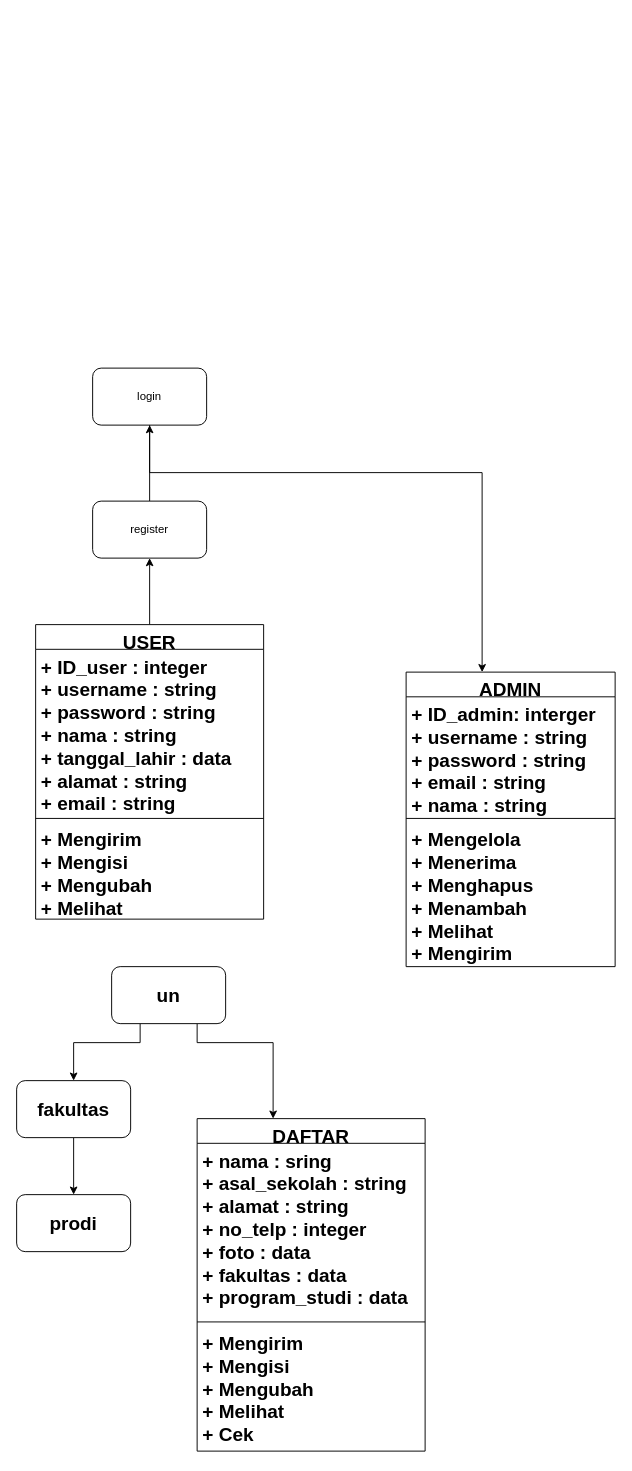
dickisepto/Latihan-GIT keeps this draw.io diagram as page "Page-3" (3 of 4) of pertemuan 12.drawio. Above is the earlier version. Source tidied: cells renumbered, new cells numbered last; positions are measured from the earlier drawing's top-left corner, leaving out a move shared by most shapes. Both pictures are drawn from the tidied source at 95%, with x=0, y=0 at pixel (16, 368).
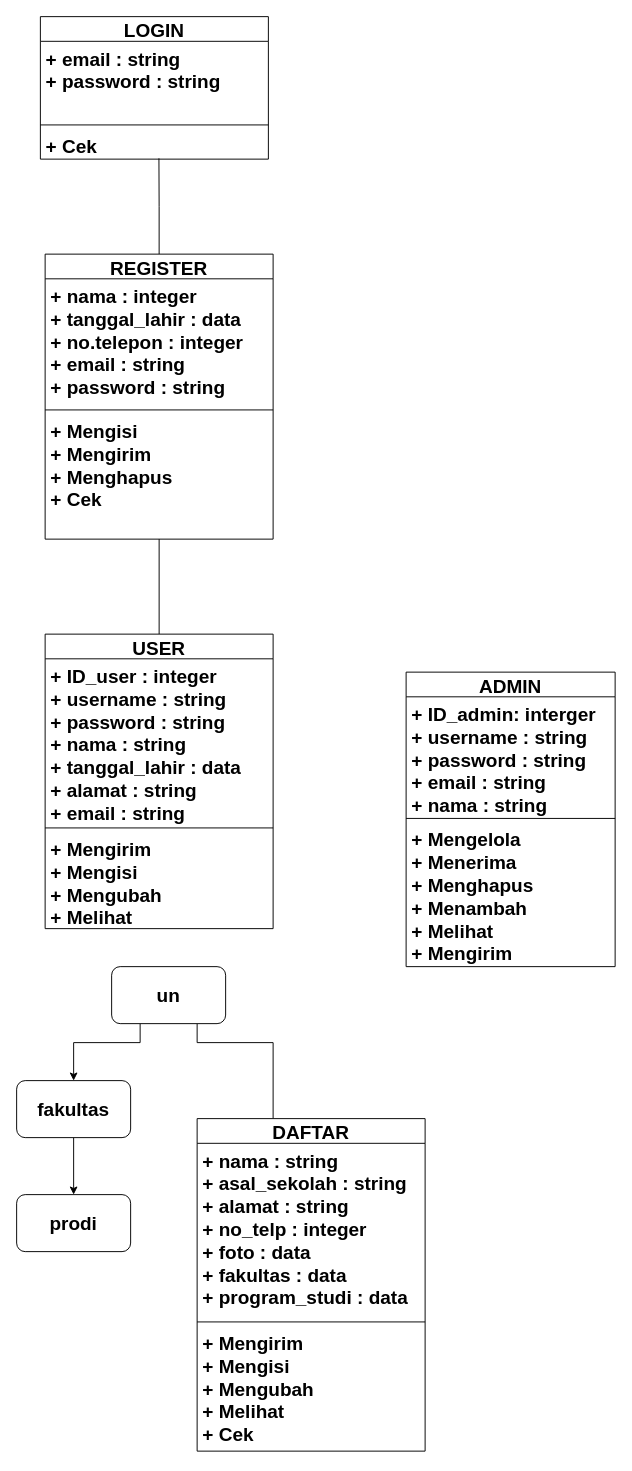
After the change.

Unchanged cells that the change refers to:
```xml
<mxCell id="8" value="un" style="rounded=1;whiteSpace=wrap;html=1;fontSize=20;fontStyle=1;" parent="1" vertex="1">
  <mxGeometry x="100" y="630" width="120" height="60" as="geometry" />
</mxCell>
```

What changed in the source:
```diff
@@
-    <mxCell id="2" style="edgeStyle=orthogonalEdgeStyle;rounded=0;jettySize=auto;html=1;" parent="1" edge="1" source="3" target="5">
-      <mxGeometry relative="1" as="geometry" />
-    </mxCell>
-    <mxCell id="3" value="register" style="rounded=1;whiteSpace=wrap;html=1;" parent="1" vertex="1">
-      <mxGeometry x="80" y="140" width="120" height="60" as="geometry" />
-    </mxCell>
-    <mxCell id="4" style="edgeStyle=orthogonalEdgeStyle;rounded=0;jettySize=auto;html=1;" parent="1" edge="1" source="5">
-      <mxGeometry relative="1" as="geometry">
-        <mxPoint x="490" y="320" as="targetPoint" />
-        <Array as="points">
-          <mxPoint x="140" y="110" />
-          <mxPoint x="490" y="110" />
-        </Array>
-      </mxGeometry>
-    </mxCell>
-    <mxCell id="5" value="login" style="rounded=1;whiteSpace=wrap;html=1;" parent="1" vertex="1">
-      <mxGeometry x="80" width="120" height="60" as="geometry" />
-    </mxCell>
@@
-    <mxCell id="7" style="edgeStyle=orthogonalEdgeStyle;rounded=0;jettySize=auto;html=1;fontSize=20;fontStyle=1;" parent="1" edge="1" source="8">
+    <mxCell id="7" style="edgeStyle=orthogonalEdgeStyle;rounded=0;jettySize=auto;html=1;fontSize=20;fontStyle=1;endArrow=none;endFill=0;" parent="1" edge="1" source="8">
       <mxGeometry relative="1" as="geometry">
         <mxPoint x="270" y="790" as="targetPoint" />
         <Array as="points">
           <mxPoint x="190" y="710" />
           <mxPoint x="270" y="710" />
         </Array>
       </mxGeometry>
     </mxCell>
@@
-    <mxCell id="12" style="edgeStyle=orthogonalEdgeStyle;rounded=0;jettySize=auto;html=1;entryX=0.5;entryY=1;entryDx=0;entryDy=0;" parent="1" edge="1" source="13" target="3">
-      <mxGeometry relative="1" as="geometry" />
-    </mxCell>
+    <mxCell id="25" style="edgeStyle=orthogonalEdgeStyle;rounded=0;jettySize=auto;html=1;entryX=0.52;entryY=0.974;entryDx=0;entryDy=0;entryPerimeter=0;endArrow=none;endFill=0;" parent="1" edge="1" source="13" target="34">
+      <mxGeometry relative="1" as="geometry" />
+    </mxCell>
-    <mxCell id="13" value="USER" style="swimlane;fontStyle=1;align=center;verticalAlign=top;horizontal=1;startSize=26;fontSize=20;" parent="1" vertex="1">
-      <mxGeometry x="20" y="270" width="240" height="310" as="geometry" />
+    <mxCell id="13" value="REGISTER" style="swimlane;fontStyle=1;align=center;verticalAlign=middle;horizontal=1;startSize=26;fontSize=20;" parent="1" vertex="1">
+      <mxGeometry x="30" y="-120" width="240" height="300" as="geometry" />
     </mxCell>
-    <mxCell id="14" value="+ ID_user : integer&#10;+ username : string&#10;+ password : string&#10;+ nama : string&#10;+ tanggal_lahir : data&#10;+ alamat : string&#10;+ email : string&#10;&#10;&#10;" style="text;strokeColor=none;fillColor=none;align=left;verticalAlign=top;spacingLeft=4;spacingRight=4;overflow=hidden;fontSize=20;fontStyle=1;" parent="13" vertex="1">
-      <mxGeometry y="26" width="240" height="174" as="geometry" />
+    <mxCell id="14" value="+ nama : integer&#10;+ tanggal_lahir : data&#10;+ no.telepon : integer&#10;+ email : string&#10;+ password : string&#10;" style="text;strokeColor=none;fillColor=none;align=left;verticalAlign=top;spacingLeft=4;spacingRight=4;overflow=hidden;fontSize=20;fontStyle=1;" parent="13" vertex="1">
+      <mxGeometry y="26" width="240" height="134" as="geometry" />
     </mxCell>
     <mxCell id="15" style="line;strokeWidth=1;fillColor=none;align=left;verticalAlign=middle;spacingTop=-1;spacingLeft=3;spacingRight=3;labelPosition=right;fontSize=20;fontStyle=1;" parent="13" vertex="1">
-      <mxGeometry y="200" width="240" height="8" as="geometry" />
+      <mxGeometry y="160" width="240" height="8" as="geometry" />
     </mxCell>
-    <mxCell id="16" value="+ Mengirim&#10;+ Mengisi &#10;+ Mengubah&#10;+ Melihat&#10;" style="text;strokeColor=none;fillColor=none;align=left;verticalAlign=top;spacingLeft=4;spacingRight=4;overflow=hidden;points=[[0,0.5],[1,0.5]];portConstraint=eastwest;fontSize=20;fontStyle=1;" parent="13" vertex="1">
-      <mxGeometry y="208" width="240" height="102" as="geometry" />
+    <mxCell id="16" value="+ Mengisi &#10;+ Mengirim&#10;+ Menghapus&#10;+ Cek&#10;" style="text;strokeColor=none;fillColor=none;align=left;verticalAlign=top;spacingLeft=4;spacingRight=4;overflow=hidden;points=[[0,0.5],[1,0.5]];portConstraint=eastwest;fontSize=20;fontStyle=1;" parent="13" vertex="1">
+      <mxGeometry y="168" width="240" height="132" as="geometry" />
     </mxCell>
-    <mxCell id="17" value="DAFTAR" style="swimlane;fontStyle=1;align=center;verticalAlign=top;horizontal=1;startSize=26;fontSize=20;" parent="1" vertex="1">
+    <mxCell id="17" value="DAFTAR" style="swimlane;fontStyle=1;align=center;verticalAlign=middle;horizontal=1;startSize=26;fontSize=20;" parent="1" vertex="1">
       <mxGeometry x="190" y="790" width="240" height="350" as="geometry" />
     </mxCell>
-    <mxCell id="18" value="+ nama : sring&#10;+ asal_sekolah : string&#10;+ alamat : string&#10;+ no_telp : integer&#10;+ foto : data&#10;+ fakultas : data&#10;+ program_studi : data&#10;&#10;" style="text;strokeColor=none;fillColor=none;align=left;verticalAlign=top;spacingLeft=4;spacingRight=4;overflow=hidden;fontSize=20;fontStyle=1;" parent="17" vertex="1">
+    <mxCell id="18" value="+ nama : string&#10;+ asal_sekolah : string&#10;+ alamat : string&#10;+ no_telp : integer&#10;+ foto : data&#10;+ fakultas : data&#10;+ program_studi : data&#10;&#10;" style="text;strokeColor=none;fillColor=none;align=left;verticalAlign=top;spacingLeft=4;spacingRight=4;overflow=hidden;fontSize=20;fontStyle=1;" parent="17" vertex="1">
       <mxGeometry y="26" width="240" height="184" as="geometry" />
     </mxCell>
@@
-    <mxCell id="21" value="ADMIN" style="swimlane;fontStyle=1;align=center;verticalAlign=top;horizontal=1;startSize=26;fontSize=20;" parent="1" vertex="1">
+    <mxCell id="21" value="ADMIN" style="swimlane;fontStyle=1;align=center;verticalAlign=middle;horizontal=1;startSize=26;fontSize=20;" parent="1" vertex="1">
       <mxGeometry x="410" y="320" width="220" height="310" as="geometry" />
     </mxCell>
@@
+    <mxCell id="26" style="edgeStyle=orthogonalEdgeStyle;rounded=0;jettySize=auto;html=1;entryX=0.5;entryY=1;entryDx=0;entryDy=0;entryPerimeter=0;endArrow=none;endFill=0;" parent="1" edge="1" source="27" target="16">
+      <mxGeometry relative="1" as="geometry" />
+    </mxCell>
+    <mxCell id="27" value="USER" style="swimlane;fontStyle=1;align=center;verticalAlign=middle;horizontal=1;startSize=26;fontSize=20;" parent="1" vertex="1">
+      <mxGeometry x="30" y="280" width="240" height="310" as="geometry" />
+    </mxCell>
+    <mxCell id="28" value="+ ID_user : integer&#10;+ username : string&#10;+ password : string&#10;+ nama : string&#10;+ tanggal_lahir : data&#10;+ alamat : string&#10;+ email : string&#10;&#10;&#10;" style="text;strokeColor=none;fillColor=none;align=left;verticalAlign=top;spacingLeft=4;spacingRight=4;overflow=hidden;fontSize=20;fontStyle=1;" parent="27" vertex="1">
+      <mxGeometry y="26" width="240" height="174" as="geometry" />
+    </mxCell>
+    <mxCell id="29" style="line;strokeWidth=1;fillColor=none;align=left;verticalAlign=middle;spacingTop=-1;spacingLeft=3;spacingRight=3;labelPosition=right;fontSize=20;fontStyle=1;" parent="27" vertex="1">
+      <mxGeometry y="200" width="240" height="8" as="geometry" />
+    </mxCell>
+    <mxCell id="30" value="+ Mengirim&#10;+ Mengisi &#10;+ Mengubah&#10;+ Melihat&#10;" style="text;strokeColor=none;fillColor=none;align=left;verticalAlign=top;spacingLeft=4;spacingRight=4;overflow=hidden;fontSize=20;fontStyle=1;" parent="27" vertex="1">
+      <mxGeometry y="208" width="240" height="102" as="geometry" />
+    </mxCell>
+    <mxCell id="31" value="LOGIN" style="swimlane;fontStyle=1;align=center;verticalAlign=middle;horizontal=1;startSize=26;fontSize=20;" parent="1" vertex="1">
+      <mxGeometry x="25" y="-370" width="240" height="150" as="geometry" />
+    </mxCell>
+    <mxCell id="32" value="+ email : string&#10;+ password : string&#10;" style="text;strokeColor=none;fillColor=none;align=left;verticalAlign=top;spacingLeft=4;spacingRight=4;overflow=hidden;fontSize=20;fontStyle=1;" parent="31" vertex="1">
+      <mxGeometry y="26" width="240" height="84" as="geometry" />
+    </mxCell>
+    <mxCell id="33" style="line;strokeWidth=1;fillColor=none;align=left;verticalAlign=middle;spacingTop=-1;spacingLeft=3;spacingRight=3;labelPosition=right;fontSize=20;fontStyle=1;" parent="31" vertex="1">
+      <mxGeometry y="110" width="240" height="8" as="geometry" />
+    </mxCell>
+    <mxCell id="34" value="+ Cek&#10;" style="text;strokeColor=none;fillColor=none;align=left;verticalAlign=top;spacingLeft=4;spacingRight=4;overflow=hidden;points=[[0,0.5],[1,0.5]];portConstraint=eastwest;fontSize=20;fontStyle=1;" parent="31" vertex="1">
+      <mxGeometry y="118" width="240" height="32" as="geometry" />
+    </mxCell>
```
